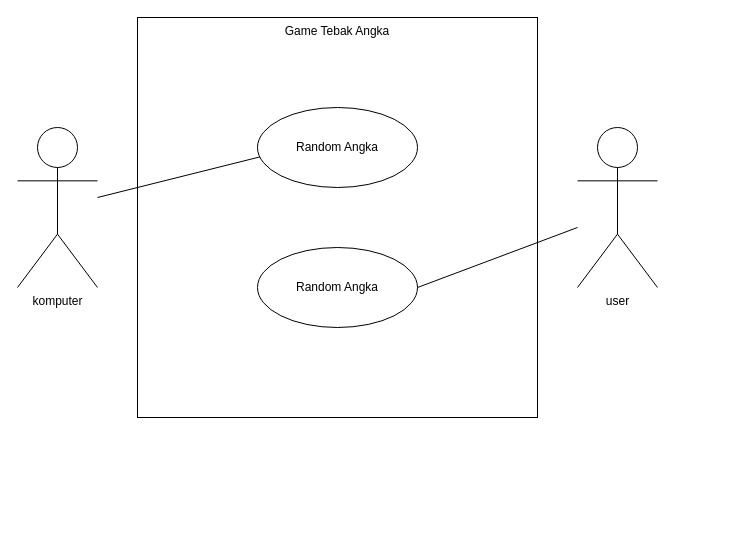
SaniSahrulMuharam/jobsheet1 keeps this draw.io diagram as use-case.drawio. Above is the earlier version. Source tidied: cells renumbered, new cells numbered last; positions are measured from the earlier drawing's top-left corner, leaving out a move shared by most shapes. Both pictures are drawn from the tidied source at 100%, with x=0, y=0 at pixel (17, 17).
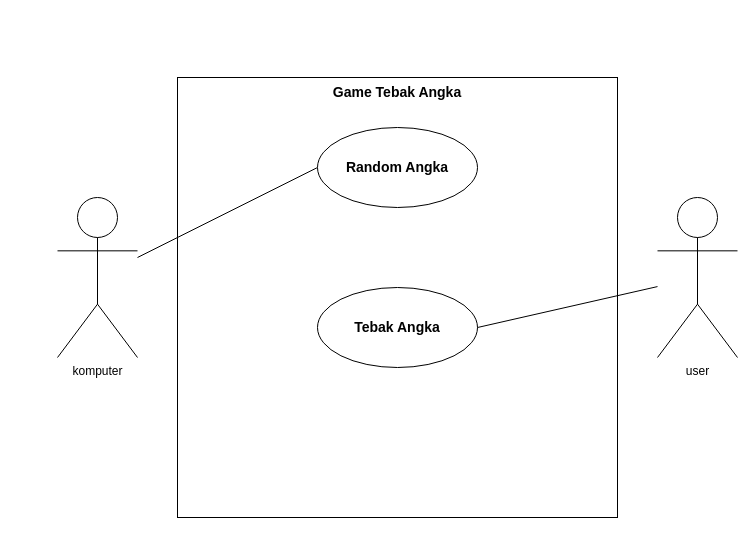
Above is the later version.

The edit, as a diff of the source:
```diff
@@
 <mxGraphModel>
   <root>
     <mxCell id="0" />
     <mxCell id="1" parent="0" />
     <mxCell id="2" value="komputer&lt;br&gt;&lt;br&gt;" style="shape=umlActor;verticalLabelPosition=bottom;verticalAlign=top;html=1;outlineConnect=0;" parent="1" vertex="1">
-      <mxGeometry y="110" width="80" height="160" as="geometry" />
+      <mxGeometry x="40" y="180" width="80" height="160" as="geometry" />
     </mxCell>
-    <mxCell id="3" value="Game Tebak Angka&lt;br&gt;" style="whiteSpace=wrap;html=1;horizontal=1;verticalAlign=top;" parent="1" vertex="1">
-      <mxGeometry x="120" width="400" height="400" as="geometry" />
+    <mxCell id="3" value="&lt;span style=&quot;font-size: 14px;&quot;&gt;Game Tebak Angka&lt;/span&gt;&lt;br&gt;" style="whiteSpace=wrap;html=1;horizontal=1;verticalAlign=top;fontStyle=1;" parent="1" vertex="1">
+      <mxGeometry x="160" y="60" width="440" height="440" as="geometry" />
     </mxCell>
     <mxCell id="4" style="endArrow=none;html=1;rounded=0;entryX=0;entryY=0.5;entryDx=0;entryDy=0;" parent="1" edge="1" source="2" target="6">
-      <mxGeometry relative="1" as="geometry">
-        <Array as="points">
-          <mxPoint x="280" y="130" />
-        </Array>
-      </mxGeometry>
+      <mxGeometry relative="1" as="geometry" />
     </mxCell>
     <mxCell id="5" value="user&lt;br&gt;&lt;br&gt;" style="shape=umlActor;verticalLabelPosition=bottom;verticalAlign=top;html=1;outlineConnect=0;" parent="1" vertex="1">
-      <mxGeometry x="560" y="110" width="80" height="160" as="geometry" />
+      <mxGeometry x="640" y="180" width="80" height="160" as="geometry" />
     </mxCell>
-    <mxCell id="6" value="Random Angka" style="ellipse;whiteSpace=wrap;html=1;" parent="1" vertex="1">
-      <mxGeometry x="240" y="90" width="160" height="80" as="geometry" />
+    <mxCell id="6" value="&lt;font style=&quot;vertical-align: inherit; font-size: 14px;&quot;&gt;Random Angka&lt;/font&gt;" style="ellipse;whiteSpace=wrap;html=1;fontStyle=1;" parent="1" vertex="1">
+      <mxGeometry x="300" y="110" width="160" height="80" as="geometry" />
     </mxCell>
-    <mxCell id="7" value="Random Angka" style="ellipse;whiteSpace=wrap;html=1;" parent="1" vertex="1">
-      <mxGeometry x="240" y="230" width="160" height="80" as="geometry" />
+    <mxCell id="7" value="&lt;font style=&quot;vertical-align: inherit; font-size: 14px;&quot;&gt;Tebak Angka&lt;/font&gt;" style="ellipse;whiteSpace=wrap;html=1;fontStyle=1;" parent="1" vertex="1">
+      <mxGeometry x="300" y="270" width="160" height="80" as="geometry" />
     </mxCell>
-    <mxCell id="8" style="endArrow=none;html=1;rounded=0;exitX=1;exitY=0.5;exitDx=0;exitDy=0;" parent="1" edge="1" source="7">
-      <mxGeometry relative="1" as="geometry">
-        <mxPoint x="560" y="210" as="targetPoint" />
-      </mxGeometry>
+    <mxCell id="8" style="endArrow=none;html=1;rounded=0;exitX=1;exitY=0.5;exitDx=0;exitDy=0;" parent="1" edge="1" source="7" target="5">
+      <mxGeometry relative="1" as="geometry" />
     </mxCell>
   </root>
 </mxGraphModel>
```
